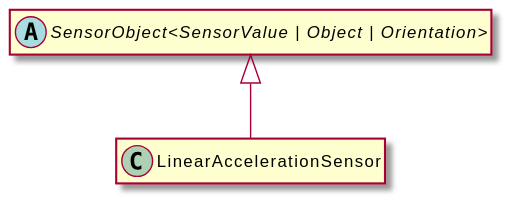
OpenHPS/openhps-core keeps this PlantUML diagram as assets/LinearAccelerationSensor-umlClassDiagram-3711.svg. Above is the earlier version. Its diagram source:
```plantuml
@startuml
skinparam BackgroundColor transparent
hide empty methods
hide empty fields
class "LinearAccelerationSensor" {
}
abstract class "SensorObject<SensorValue | Object | Orientation>" {
}
"SensorObject<SensorValue | Object | Orientation>" <|-- "LinearAccelerationSensor"
@enduml
```
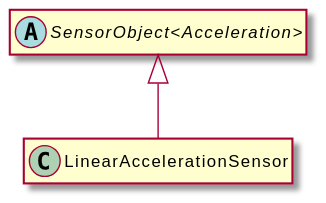
Later version of the same file.

The edit, as a diff of the source:
```diff
@@ -4,7 +4,7 @@
 hide empty fields
 class "LinearAccelerationSensor" {
 }
-abstract class "SensorObject<SensorValue | Object | Orientation>" {
+abstract class "SensorObject<Acceleration>" {
 }
-"SensorObject<SensorValue | Object | Orientation>" <|-- "LinearAccelerationSensor"
+"SensorObject<Acceleration>" <|-- "LinearAccelerationSensor"
 @enduml
```
